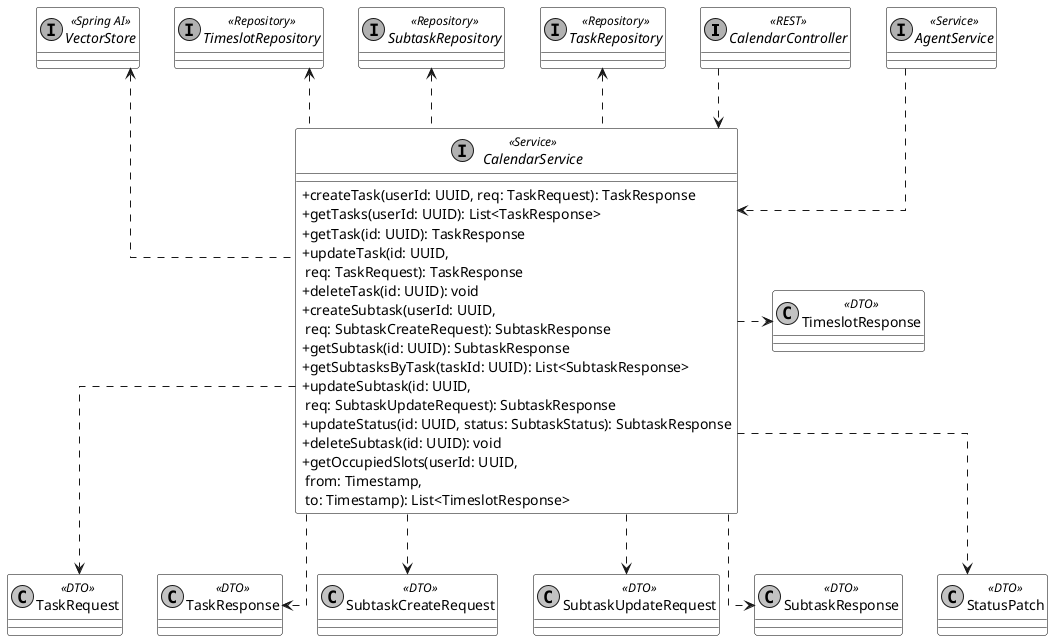
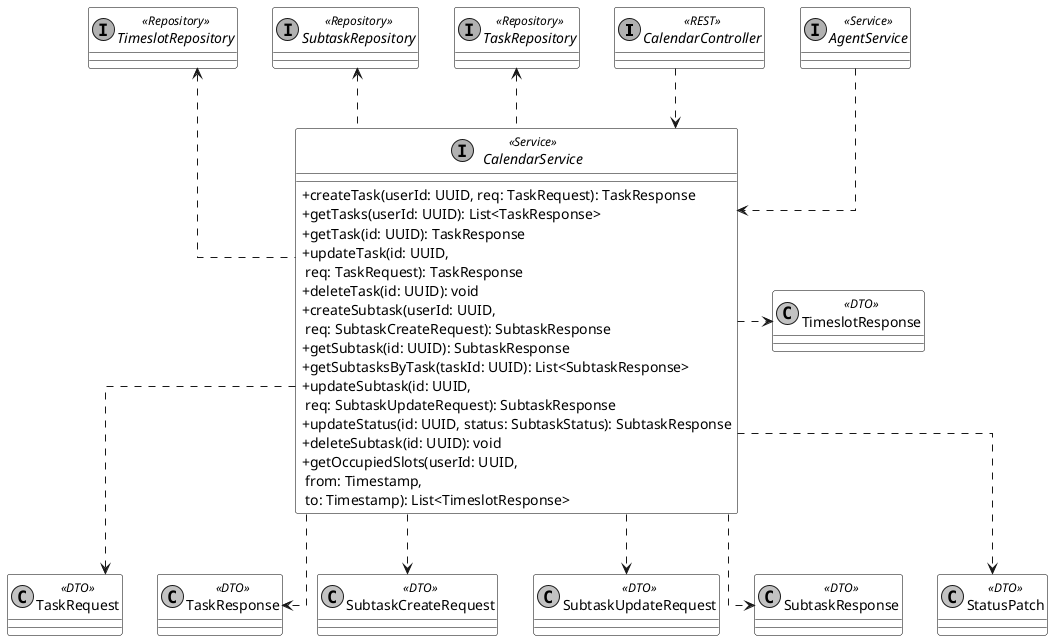
@startuml
skinparam monochrome true
skinparam shadowing false
skinparam defaultFontName Arial
skinparam classAttributeIconSize 0
skinparam linetype ortho
skinparam classBackgroundColor transparent
skinparam classBorderColor black
skinparam classAttributeBackgroundColor transparent
skinparam backgroundColor transparent
skinparam classBackgroundColor transparent
skinparam classBorderColor black
skinparam classAttributeBackgroundColor transparent
skinparam backgroundColor transparent


interface CalendarController <<REST>>
interface AgentService <<Service>>

interface TaskRepository <<Repository>>
interface SubtaskRepository <<Repository>>
interface TimeslotRepository <<Repository>>
- interface VectorStore <<Spring AI>>


class TaskRequest <<DTO>>
class TaskResponse <<DTO>>
class SubtaskCreateRequest <<DTO>>
class SubtaskUpdateRequest <<DTO>>
class SubtaskResponse <<DTO>>
class StatusPatch <<DTO>>
class TimeslotResponse <<DTO>>

interface CalendarService <<Service>> {
    + createTask(userId: UUID, req: TaskRequest): TaskResponse
    + getTasks(userId: UUID): List<TaskResponse>
    + getTask(id: UUID): TaskResponse
    + updateTask(id: UUID,\n req: TaskRequest): TaskResponse
    + deleteTask(id: UUID): void
    + createSubtask(userId: UUID,\n req: SubtaskCreateRequest): SubtaskResponse
    + getSubtask(id: UUID): SubtaskResponse
    + getSubtasksByTask(taskId: UUID): List<SubtaskResponse>
    + updateSubtask(id: UUID,\n req: SubtaskUpdateRequest): SubtaskResponse
    + updateStatus(id: UUID, status: SubtaskStatus): SubtaskResponse
    + deleteSubtask(id: UUID): void
    + getOccupiedSlots(userId: UUID,\n from: Timestamp,\n to: Timestamp): List<TimeslotResponse>
}

CalendarController ..> CalendarService
AgentService ..> CalendarService

CalendarService .up.> TaskRepository
CalendarService .up.> SubtaskRepository
CalendarService .up.> TimeslotRepository
- CalendarService .up.> VectorStore



CalendarService ..> TaskRequest
CalendarService ..> TaskResponse
CalendarService ..> SubtaskCreateRequest
CalendarService ..> SubtaskUpdateRequest
CalendarService .down.> SubtaskResponse
CalendarService .down.> StatusPatch
CalendarService .right.> TimeslotResponse


@enduml
